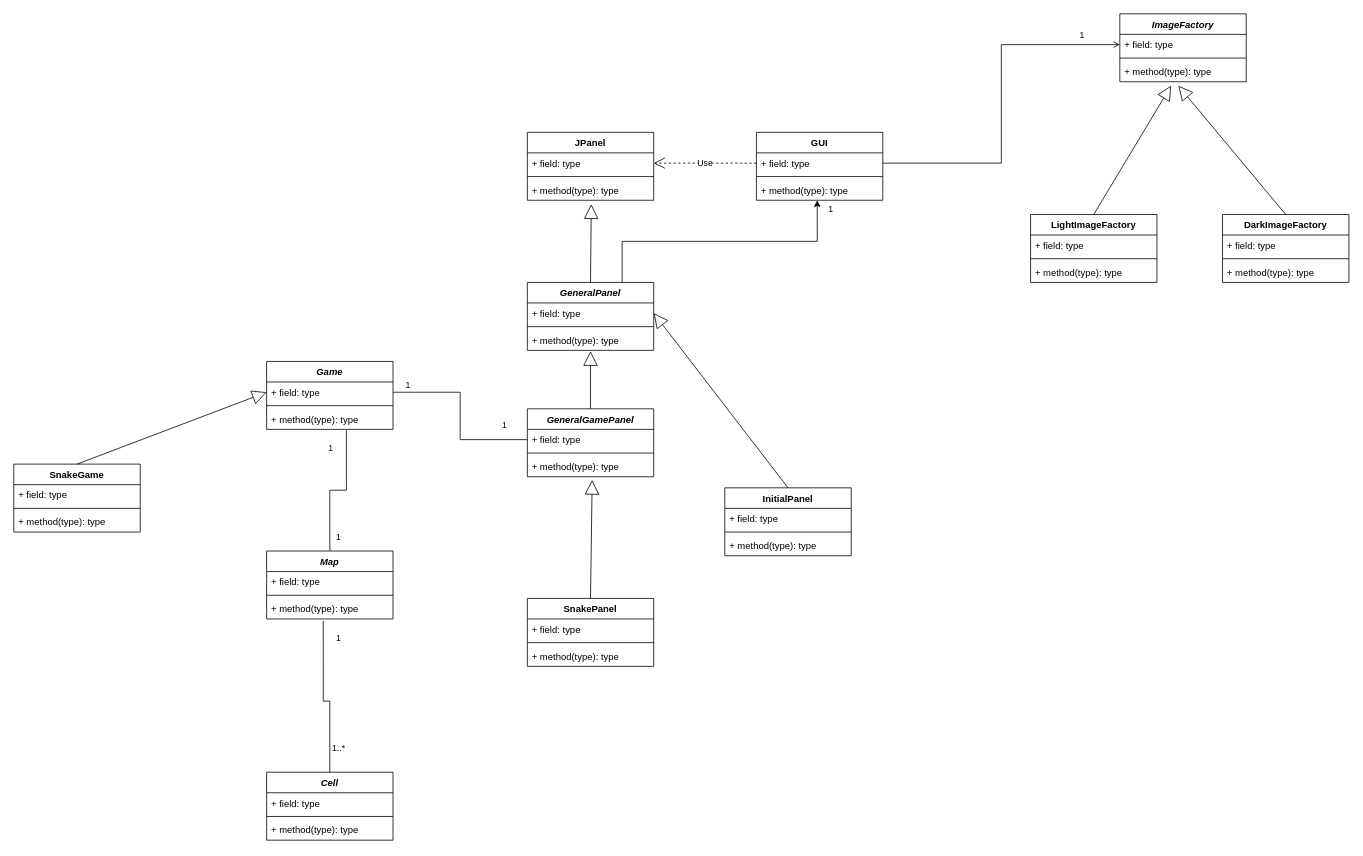
Earlier version of the draw.io diagram diagrama/classDiagram.drawio (brianalcl/1609). Source tidied: cells renumbered, new cells numbered last; positions are measured from the earlier drawing's top-left corner, leaving out a move shared by most shapes. Both pictures are drawn from the tidied source at 79%, with x=0, y=0 at pixel (13, 13).
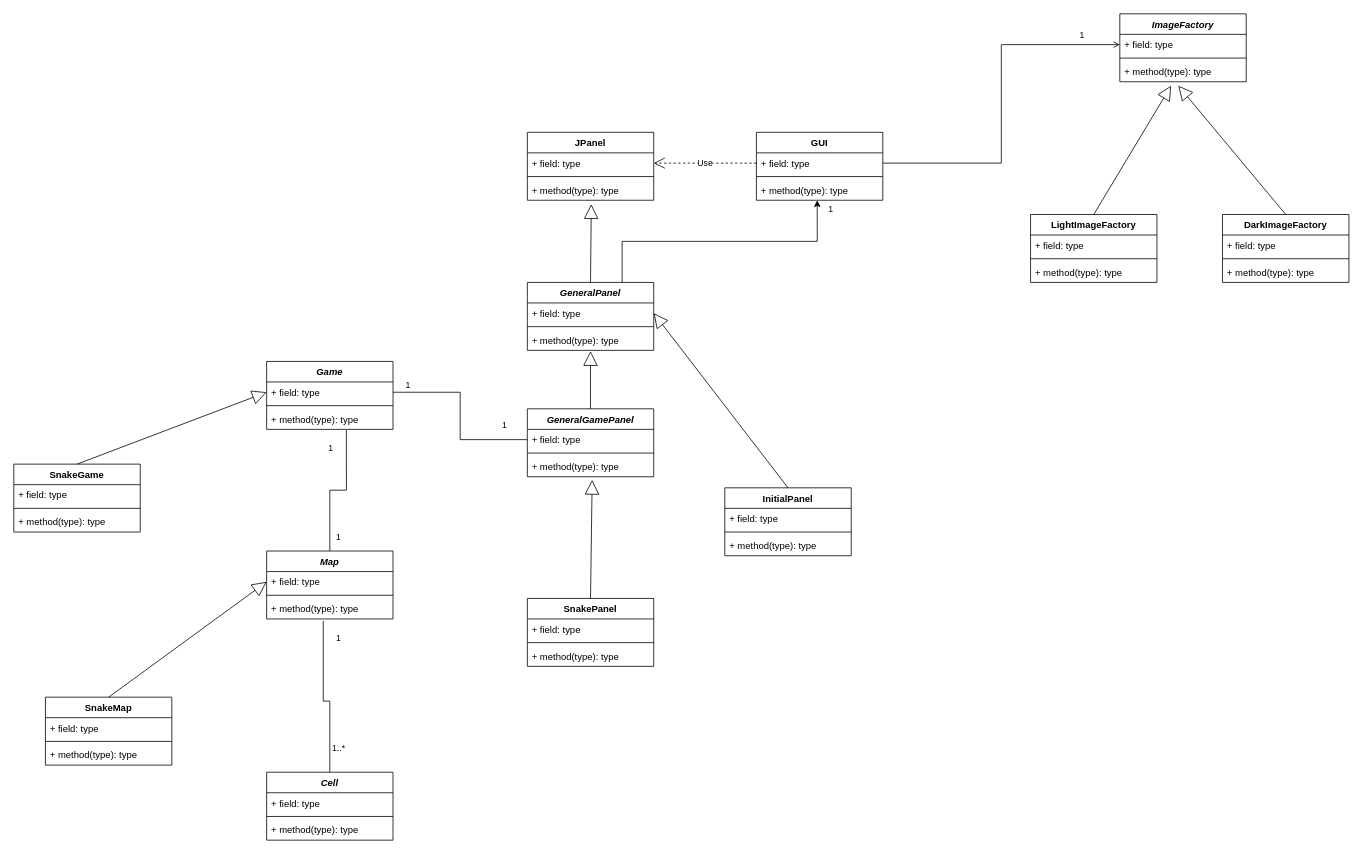
Above is the later version.

Unchanged cells that the change refers to:
```xml
<mxCell id="48" value="+ field: type" style="text;strokeColor=none;fillColor=none;align=left;verticalAlign=top;spacingLeft=4;spacingRight=4;overflow=hidden;points=[[0,0.5],[1,0.5]];portConstraint=eastwest;" parent="47" vertex="1">
  <mxGeometry y="26" width="160" height="26" as="geometry" />
</mxCell>
```

What changed in the source:
```diff
@@
+    <mxCell id="75" value="SnakeMap" style="swimlane;fontStyle=1;align=center;verticalAlign=top;horizontal=1;startSize=26;" parent="1" vertex="1">
+      <mxGeometry x="40" y="865" width="160" height="86" as="geometry" />
+    </mxCell>
+    <mxCell id="76" value="+ field: type" style="text;strokeColor=none;fillColor=none;align=left;verticalAlign=top;spacingLeft=4;spacingRight=4;overflow=hidden;" parent="75" vertex="1">
+      <mxGeometry y="26" width="160" height="26" as="geometry" />
+    </mxCell>
+    <mxCell id="77" style="line;strokeWidth=1;fillColor=none;align=left;verticalAlign=middle;spacingTop=-1;spacingLeft=3;spacingRight=3;labelPosition=right;" parent="75" vertex="1">
+      <mxGeometry y="52" width="160" height="8" as="geometry" />
+    </mxCell>
+    <mxCell id="78" value="+ method(type): type" style="text;strokeColor=none;fillColor=none;align=left;verticalAlign=top;spacingLeft=4;spacingRight=4;overflow=hidden;" parent="75" vertex="1">
+      <mxGeometry y="60" width="160" height="26" as="geometry" />
+    </mxCell>
+    <mxCell id="79" style="endArrow=block;endSize=16;endFill=0;html=1;rounded=0;entryX=0;entryY=0.5;entryDx=0;entryDy=0;exitX=0.5;exitY=0;exitDx=0;exitDy=0;" parent="1" edge="1" source="75" target="48">
+      <mxGeometry relative="1" as="geometry" />
+    </mxCell>
```
